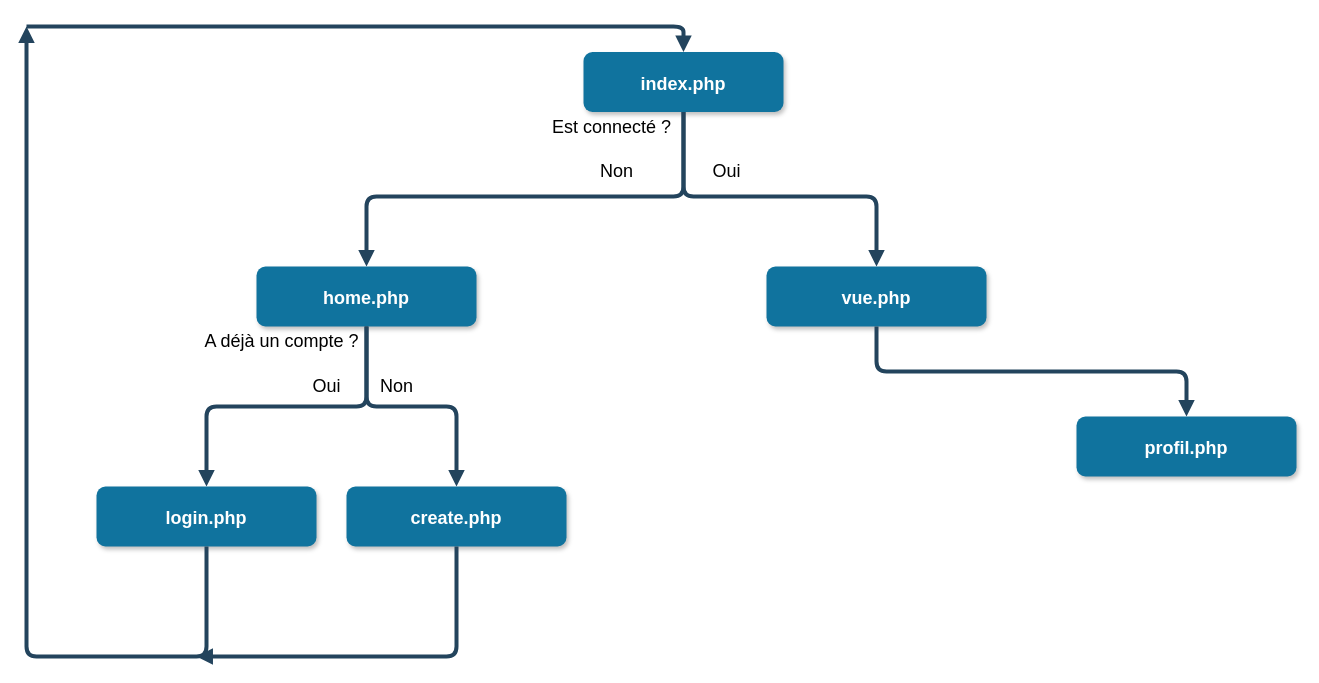
Jerome-JJT/CPNVoiturage keeps this draw.io diagram as Documents/Structure_Site.drawio. Above is the earlier version. Source tidied: cells renumbered, new cells numbered last; positions are measured from the earlier drawing's top-left corner, leaving out a move shared by most shapes. Both pictures are drawn from the tidied source at 100%, with x=0, y=0 at pixel (26, -34).
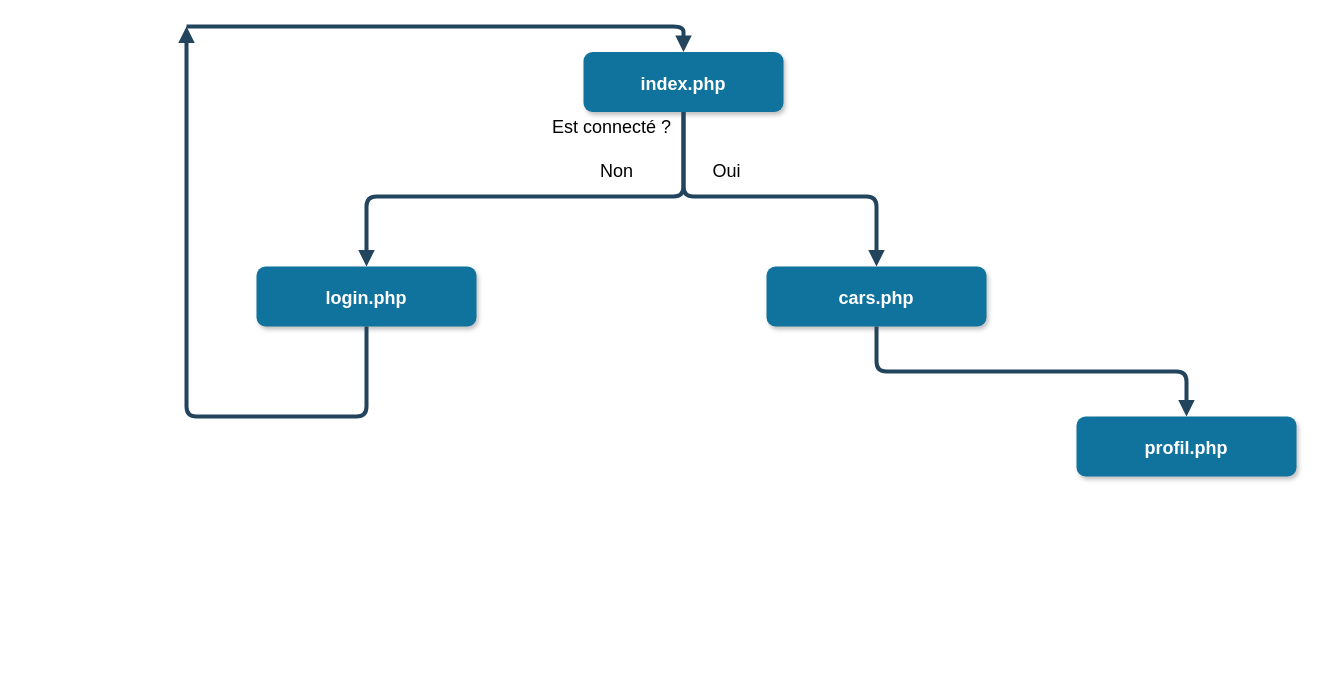
The same diagram, later.

Commit message (it also covers changes not shown here):
Export des maquettes et actualisation de la structure

Unchanged cells that the change refers to:
```xml
<mxCell id="2" value="index.php" style="rounded=1;fillColor=#10739E;strokeColor=none;shadow=1;gradientColor=none;fontStyle=1;fontColor=#FFFFFF;fontSize=18;" parent="1" vertex="1">
  <mxGeometry x="557" y="85.5" width="200" height="60" as="geometry" />
</mxCell>
```

Diff of the diagram source:
```diff
@@
-    <mxCell id="3" value="home.php" style="rounded=1;fillColor=#10739E;strokeColor=none;shadow=1;gradientColor=none;fontStyle=1;fontColor=#FFFFFF;fontSize=18;" parent="1" vertex="1">
-      <mxGeometry x="230" y="300" width="220" height="60" as="geometry" />
-    </mxCell>
-    <mxCell id="4" style="edgeStyle=elbowEdgeStyle;elbow=vertical;strokeWidth=4;endArrow=block;endFill=1;fontStyle=1;strokeColor=#23445D;" parent="1" edge="1" source="2" target="3">
+    <mxCell id="4" style="edgeStyle=elbowEdgeStyle;elbow=vertical;strokeWidth=4;endArrow=block;endFill=1;fontStyle=1;strokeColor=#23445D;entryX=0.5;entryY=0;entryDx=0;entryDy=0;" parent="1" edge="1" source="2" target="12">
       <mxGeometry x="22" y="165.5" as="geometry">
         <Array as="points">
           <mxPoint x="500" y="230" />
         </Array>
       </mxGeometry>
     </mxCell>
-    <mxCell id="5" value="vue.php" style="rounded=1;fillColor=#10739E;strokeColor=none;shadow=1;gradientColor=none;fontStyle=1;fontColor=#FFFFFF;fontSize=18;" parent="1" vertex="1">
+    <mxCell id="5" value="cars.php" style="rounded=1;fillColor=#10739E;strokeColor=none;shadow=1;gradientColor=none;fontStyle=1;fontColor=#FFFFFF;fontSize=18;" parent="1" vertex="1">
       <mxGeometry x="740" y="300" width="220" height="60" as="geometry" />
     </mxCell>
@@
-    <mxCell id="10" style="edgeStyle=elbowEdgeStyle;elbow=vertical;strokeWidth=4;endArrow=block;endFill=1;fontStyle=1;strokeColor=#23445D;exitX=0.5;exitY=1;exitDx=0;exitDy=0;entryX=0.5;entryY=0;entryDx=0;entryDy=0;" parent="1" edge="1" source="3" target="12">
-      <mxGeometry x="-288" y="410" as="geometry">
-        <Array as="points">
-          <mxPoint x="260" y="440" />
-        </Array>
-      </mxGeometry>
-    </mxCell>
-    <mxCell id="11" value="create.php" style="rounded=1;fillColor=#10739E;strokeColor=none;shadow=1;gradientColor=none;fontStyle=1;fontColor=#FFFFFF;fontSize=18;" parent="1" vertex="1">
-      <mxGeometry x="320" y="520" width="220" height="60" as="geometry" />
-    </mxCell>
     <mxCell id="12" value="login.php" style="rounded=1;fillColor=#10739E;strokeColor=none;shadow=1;gradientColor=none;fontStyle=1;fontColor=#FFFFFF;fontSize=18;" parent="1" vertex="1">
-      <mxGeometry x="70" y="520" width="220" height="60" as="geometry" />
+      <mxGeometry x="230" y="300" width="220" height="60" as="geometry" />
     </mxCell>
-    <mxCell id="13" style="edgeStyle=elbowEdgeStyle;elbow=vertical;strokeWidth=4;endArrow=block;endFill=1;fontStyle=1;strokeColor=#23445D;exitX=0.5;exitY=1;exitDx=0;exitDy=0;entryX=0.5;entryY=0;entryDx=0;entryDy=0;" parent="1" edge="1" source="3" target="11">
-      <mxGeometry x="-278" y="420" as="geometry">
-        <Array as="points">
-          <mxPoint x="330" y="440" />
-        </Array>
-      </mxGeometry>
-    </mxCell>
     <mxCell id="14" style="edgeStyle=elbowEdgeStyle;strokeWidth=4;endArrow=block;endFill=1;fontStyle=1;strokeColor=#23445D;exitX=0.5;exitY=1;exitDx=0;exitDy=0;elbow=vertical;" parent="1" edge="1" source="12">
       <mxGeometry x="-438" y="660" as="geometry">
-        <mxPoint y="60" as="targetPoint" />
+        <mxPoint x="160" y="60" as="targetPoint" />
         <Array as="points">
-          <mxPoint x="120" y="690" />
+          <mxPoint x="190" y="450" />
           <mxPoint x="140" y="690" />
           <mxPoint x="100" y="690" />
           <mxPoint x="20" />
           <mxPoint x="60" y="370" />
           <mxPoint x="60" y="260" />
         </Array>
       </mxGeometry>
     </mxCell>
-    <mxCell id="15" style="edgeStyle=elbowEdgeStyle;elbow=vertical;strokeWidth=4;endArrow=block;endFill=1;fontStyle=1;strokeColor=#23445D;exitX=0.5;exitY=1;exitDx=0;exitDy=0;" parent="1" edge="1" source="11">
-      <mxGeometry x="-428" y="670" as="geometry">
-        <mxPoint x="170" y="690" as="targetPoint" />
-        <Array as="points">
-          <mxPoint x="300" y="690" />
-        </Array>
-      </mxGeometry>
-    </mxCell>
     <mxCell id="16" style="edgeStyle=elbowEdgeStyle;strokeWidth=4;endArrow=block;endFill=1;fontStyle=1;strokeColor=#23445D;elbow=vertical;entryX=0.5;entryY=0;entryDx=0;entryDy=0;" parent="1" edge="1" target="2">
       <mxGeometry x="-428" y="670" as="geometry">
-        <mxPoint y="60" as="sourcePoint" />
+        <mxPoint x="160" y="60" as="sourcePoint" />
         <Array as="points">
           <mxPoint x="60" y="60" />
           <mxPoint x="150" y="700" />
           <mxPoint x="110" y="700" />
           <mxPoint x="30" y="10" />
           <mxPoint x="70" y="380" />
           <mxPoint x="70" y="270" />
         </Array>
       </mxGeometry>
     </mxCell>
-    <mxCell id="17" value="Non" style="text;html=1;strokeColor=none;fillColor=none;align=center;verticalAlign=middle;rounded=0;fontSize=18;" parent="1" vertex="1">
-      <mxGeometry x="340" y="404.5" width="60" height="30" as="geometry" />
-    </mxCell>
-    <mxCell id="18" value="Oui" style="text;html=1;strokeColor=none;fillColor=none;align=center;verticalAlign=middle;rounded=0;fontSize=18;" parent="1" vertex="1">
-      <mxGeometry x="270" y="404.5" width="60" height="30" as="geometry" />
-    </mxCell>
-    <mxCell id="19" value="A déjà un compte ?" style="text;html=1;strokeColor=none;fillColor=none;align=center;verticalAlign=middle;rounded=0;fontSize=18;" parent="1" vertex="1">
-      <mxGeometry x="170" y="360" width="170" height="30" as="geometry" />
-    </mxCell>
```
